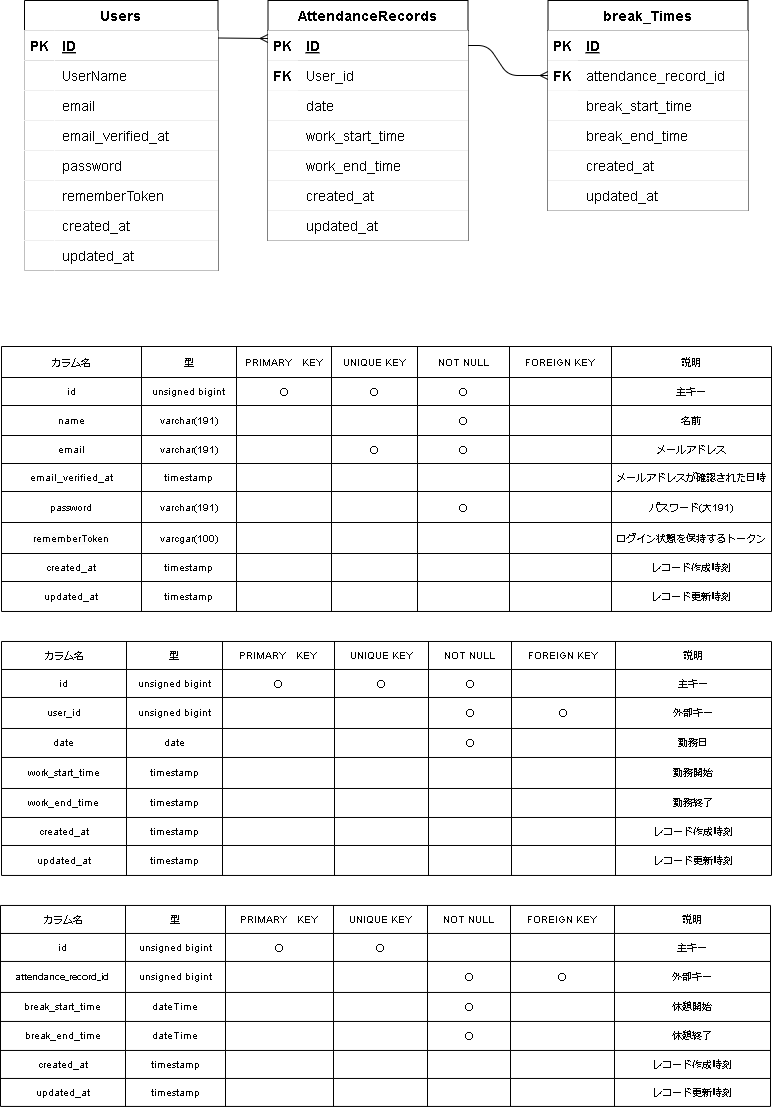
Earlier version of the draw.io export atte.drawio.png (ponponmama/20240625-erika_hara-atte). Source tidied: cells renumbered, new cells last; positions are measured from the earlier drawing's top-left corner, leaving out a move shared by most shapes.
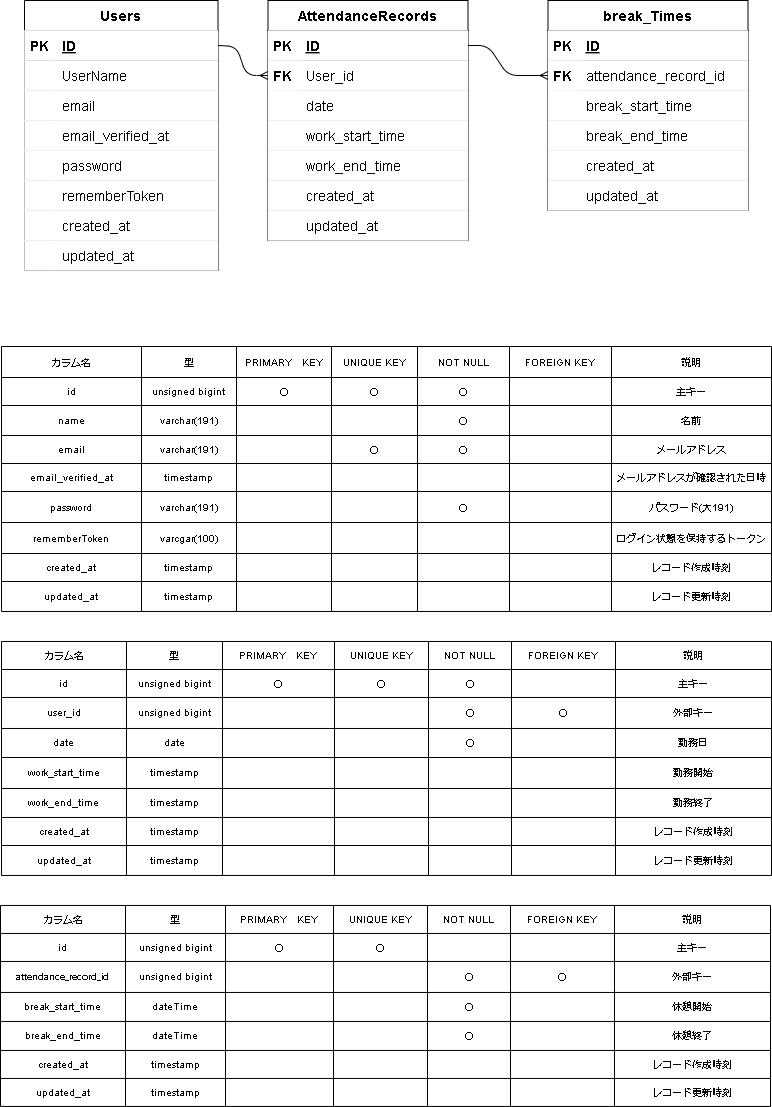
Later version of the same file.

Change to the diagram source:
```diff
@@ -200,9 +200,12 @@
     <mxCell id="67" value="updated_at" style="shape=partialRectangle;fillColor=default;top=0;left=0;bottom=0;right=0;align=left;spacingLeft=6;overflow=hidden;fontSize=14;fontColor=default;strokeColor=#000000;labelBorderColor=none;swimlaneFillColor=#000000;" parent="65" vertex="1">
       <mxGeometry x="30" width="170" height="30" as="geometry" />
     </mxCell>
-    <mxCell id="68" style="fontSize=12;html=1;endArrow=ERmany;fontColor=#FFFFFF;endFill=0;startArrow=none;startFill=0;exitX=1;exitY=0.25;exitDx=0;exitDy=0;strokeColor=#000000;labelBorderColor=none;" parent="1" edge="1" source="5">
+    <mxCell id="68" style="fontSize=12;html=1;endArrow=ERmany;fontColor=#FFFFFF;endFill=0;startArrow=none;startFill=0;strokeColor=#000000;labelBorderColor=none;entryX=0;entryY=0.5;entryDx=0;entryDy=0;exitX=1;exitY=0.5;exitDx=0;exitDy=0;" parent="1" edge="1" source="5" target="269">
       <mxGeometry relative="1" as="geometry">
-        <mxPoint x="267.5" y="38" as="targetPoint" />
+        <Array as="points">
+          <mxPoint x="236" y="46" />
+          <mxPoint x="246" y="75" />
+        </Array>
       </mxGeometry>
     </mxCell>
     <mxCell id="69" style="fontSize=12;html=1;endArrow=ERmany;fontColor=#FFFFFF;endFill=0;startArrow=none;startFill=0;exitX=1;exitY=0.5;exitDx=0;exitDy=0;strokeColor=#000000;entryX=0;entryY=0.5;entryDx=0;entryDy=0;labelBorderColor=none;" parent="1" edge="1" source="30" target="70">
```
